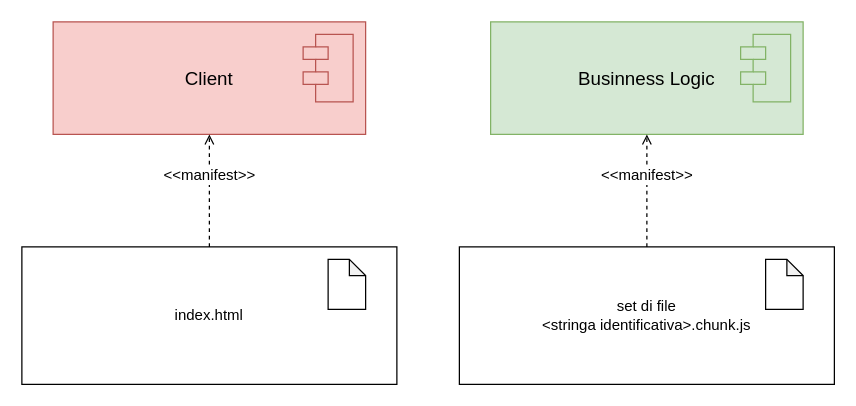
This is page "artefatti" (1 of 3) of progettazione/deployment.drawio from Marco-Burattoni/Progetto-ids, a draw.io file, before an edit. Source tidied: cells renumbered, new cells numbered last; positions are measured from the earlier drawing's top-left corner, leaving out a move shared by most shapes. Both pictures are drawn from the tidied source at 125%, with x=0, y=0 at pixel (21, 21).
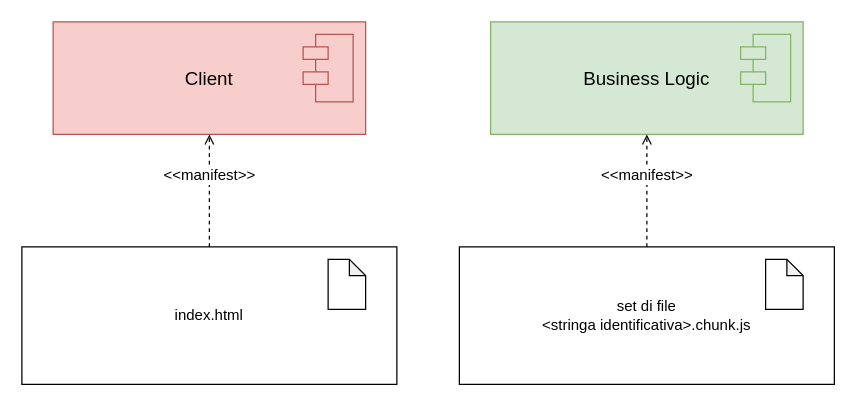
After the change.

The edit, as a diff of the source:
```diff
@@
 <mxGraphModel>
   <root>
     <mxCell id="0" />
     <mxCell id="1" parent="0" />
     <mxCell id="2" value="Client" style="rounded=0;whiteSpace=wrap;html=1;fontSize=15;fillColor=#f8cecc;strokeColor=#b85450;" parent="1" vertex="1">
       <mxGeometry x="25" width="250" height="90" as="geometry" />
     </mxCell>
     <mxCell id="3" style="shape=module;align=left;spacingLeft=20;align=center;verticalAlign=top;fontSize=15;fillColor=#f8cecc;strokeColor=#b85450;" parent="1" vertex="1">
       <mxGeometry x="225" y="10" width="40" height="54" as="geometry" />
     </mxCell>
     <mxCell id="4" style="rounded=0;jettySize=auto;html=1;dashed=1;endArrow=open;endFill=0;" parent="1" edge="1" source="6" target="2">
       <mxGeometry relative="1" as="geometry" />
     </mxCell>
     <mxCell id="5" value="&lt;font style=&quot;font-size: 12px;&quot;&gt;&amp;lt;&amp;lt;manifest&amp;gt;&amp;gt;&lt;/font&gt;" style="edgeLabel;html=1;align=center;verticalAlign=middle;" parent="4" vertex="1">
       <mxGeometry x="0.29" y="1" relative="1" as="geometry" />
     </mxCell>
     <mxCell id="6" value="index.html" style="rounded=0;whiteSpace=wrap;html=1;fillColor=none;strokeColor=#000000;strokeWidth=1;" parent="1" vertex="1">
       <mxGeometry y="180" width="300" height="110" as="geometry" />
     </mxCell>
     <mxCell id="7" style="shape=note;whiteSpace=wrap;html=1;backgroundOutline=1;darkOpacity=0.05;strokeColor=#000000;strokeWidth=1;size=13;" parent="1" vertex="1">
       <mxGeometry x="245" y="190" width="30" height="40" as="geometry" />
     </mxCell>
-    <mxCell id="8" value="Businness Logic" style="rounded=0;whiteSpace=wrap;html=1;fontSize=15;fillColor=#d5e8d4;strokeColor=#82b366;" parent="1" vertex="1">
+    <mxCell id="8" value="Business Logic" style="rounded=0;whiteSpace=wrap;html=1;fontSize=15;fillColor=#d5e8d4;strokeColor=#82b366;" parent="1" vertex="1">
       <mxGeometry x="375" width="250" height="90" as="geometry" />
     </mxCell>
     <mxCell id="9" style="shape=module;align=left;spacingLeft=20;align=center;verticalAlign=top;fontSize=15;fillColor=#d5e8d4;strokeColor=#82b366;" parent="1" vertex="1">
       <mxGeometry x="575" y="10" width="40" height="54" as="geometry" />
     </mxCell>
     <mxCell id="10" style="rounded=0;jettySize=auto;html=1;dashed=1;endArrow=open;endFill=0;" parent="1" edge="1" source="12" target="8">
       <mxGeometry relative="1" as="geometry" />
     </mxCell>
     <mxCell id="11" value="&lt;font style=&quot;font-size: 12px;&quot;&gt;&amp;lt;&amp;lt;manifest&amp;gt;&amp;gt;&lt;/font&gt;" style="edgeLabel;html=1;align=center;verticalAlign=middle;" parent="10" vertex="1">
       <mxGeometry x="0.29" y="1" relative="1" as="geometry" />
     </mxCell>
     <mxCell id="12" value="set di file&lt;br&gt;&amp;lt;stringa identificativa&amp;gt;.chunk.js" style="rounded=0;whiteSpace=wrap;html=1;fillColor=none;strokeColor=#000000;strokeWidth=1;" parent="1" vertex="1">
       <mxGeometry x="350" y="180" width="300" height="110" as="geometry" />
     </mxCell>
     <mxCell id="13" style="shape=note;whiteSpace=wrap;html=1;backgroundOutline=1;darkOpacity=0.05;strokeColor=#000000;strokeWidth=1;size=13;" parent="1" vertex="1">
       <mxGeometry x="595" y="190" width="30" height="40" as="geometry" />
     </mxCell>
   </root>
 </mxGraphModel>
```
